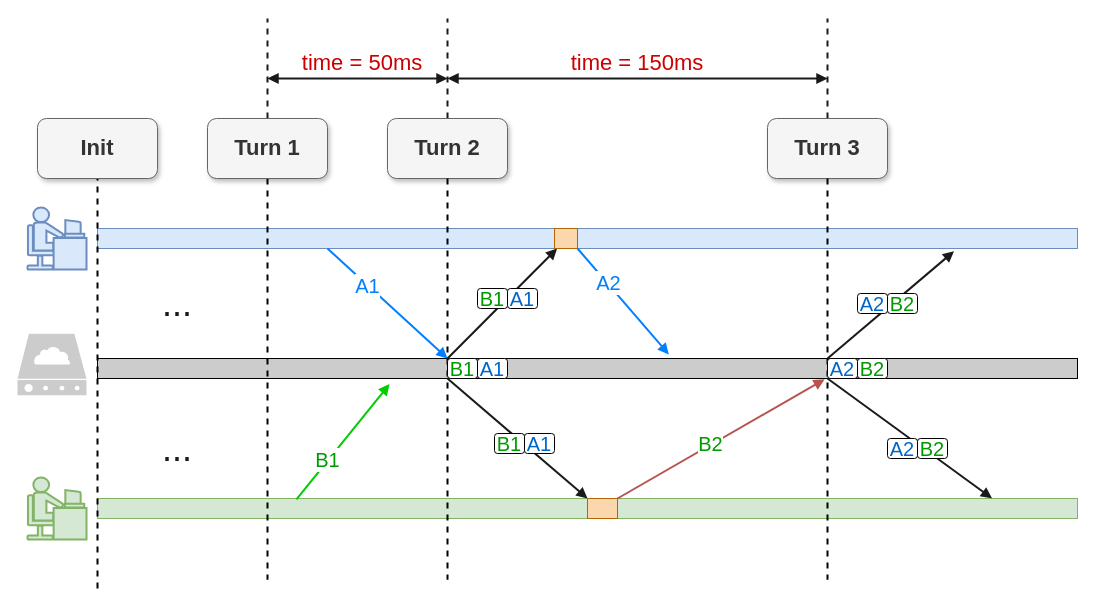
Earlier version of the draw.io diagram page "Deterministic LockStep 2.0 的副本" (3 of 36) of booming/Booming ypwangv4.0 104ppt-17.drawio (yrdimple/flowChart). Source tidied: cells renumbered, new cells numbered last; positions are measured from the earlier drawing's top-left corner, leaving out a move shared by most shapes. Both pictures are drawn from the tidied source at 100%, with x=0, y=0 at pixel (17, 18).
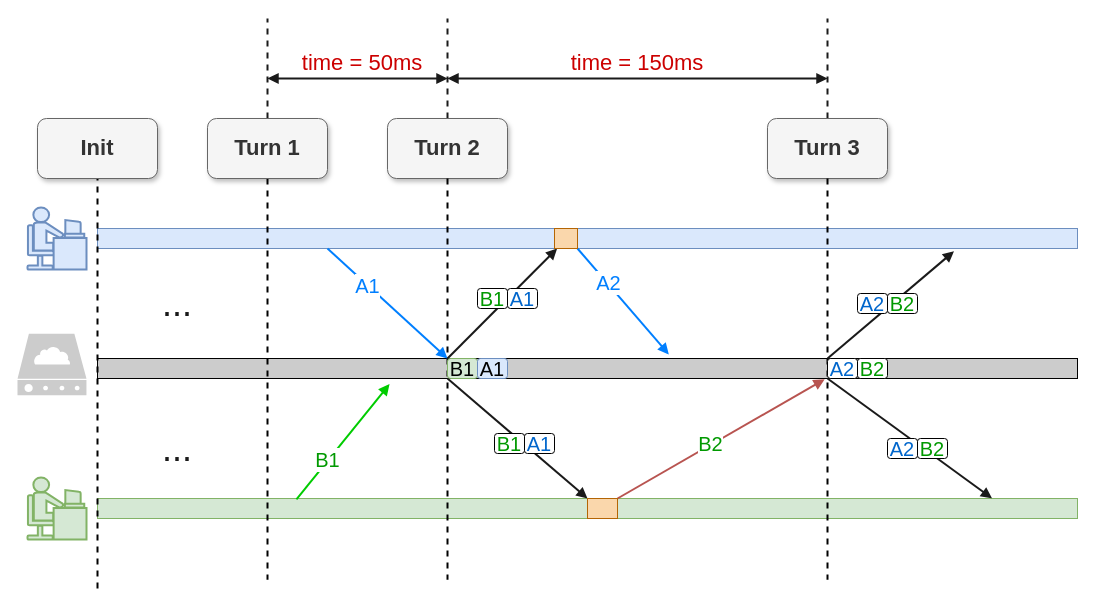
Above is the later version.

Diff of the diagram source:
```diff
@@
-    <mxCell id="37" value="B1" style="rounded=1;whiteSpace=wrap;html=1;fontSize=20;fontColor=#009900;strokeWidth=1;fillColor=default;" parent="1" vertex="1">
+    <mxCell id="37" value="B1" style="rounded=1;whiteSpace=wrap;html=1;fontSize=20;strokeWidth=1;fillColor=#d5e8d4;strokeColor=#82b366;" parent="1" vertex="1">
       <mxGeometry x="430" y="340" width="30" height="20" as="geometry" />
     </mxCell>
-    <mxCell id="38" value="A1" style="rounded=1;whiteSpace=wrap;html=1;fontSize=20;fontColor=#0066CC;strokeWidth=1;fillColor=default;" parent="1" vertex="1">
+    <mxCell id="38" value="A1" style="rounded=1;whiteSpace=wrap;html=1;fontSize=20;strokeWidth=1;fillColor=#dae8fc;strokeColor=#6c8ebf;" parent="1" vertex="1">
       <mxGeometry x="460" y="340" width="30" height="20" as="geometry" />
     </mxCell>
```
